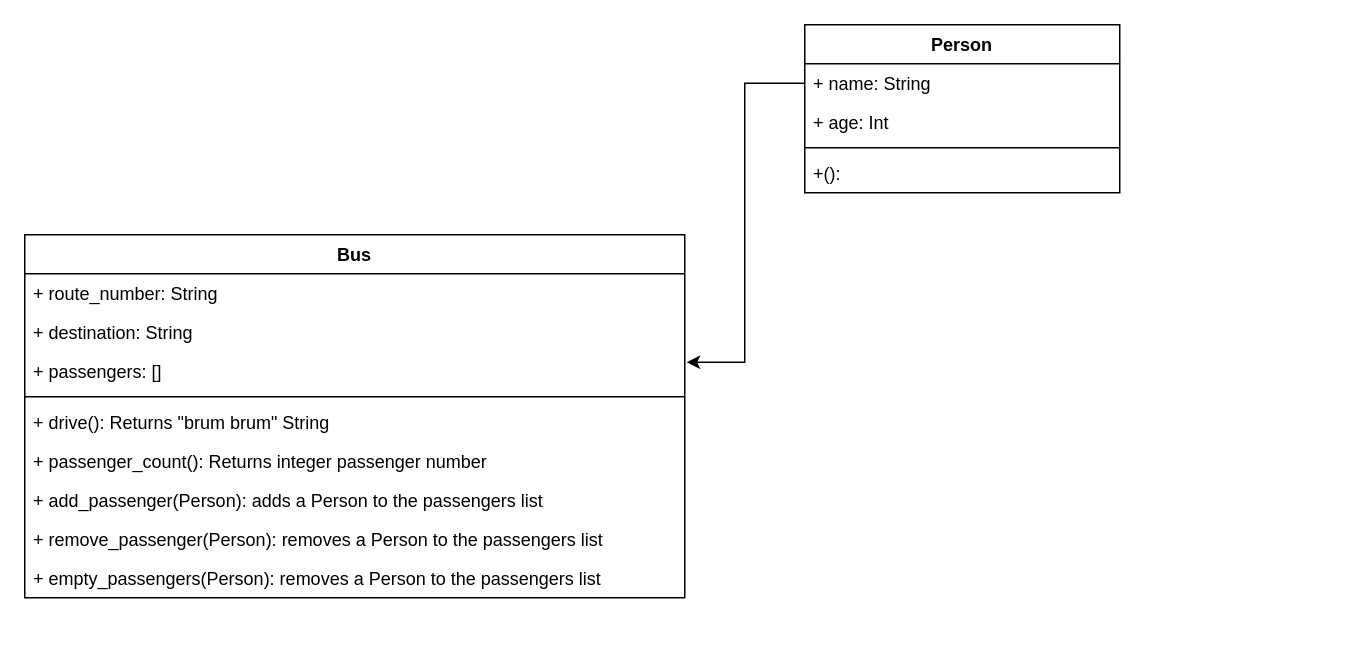
Earlier version of the draw.io diagram bus_lab_start_code/buses_multiple_classes_UML.drawio (randomlyalex-codeclan/multiple_classes_lab). Source tidied: cells renumbered, new cells numbered last; positions are measured from the earlier drawing's top-left corner, leaving out a move shared by most shapes. Both pictures are drawn from the tidied source at 150%, with x=0, y=0 at pixel (24, 24).
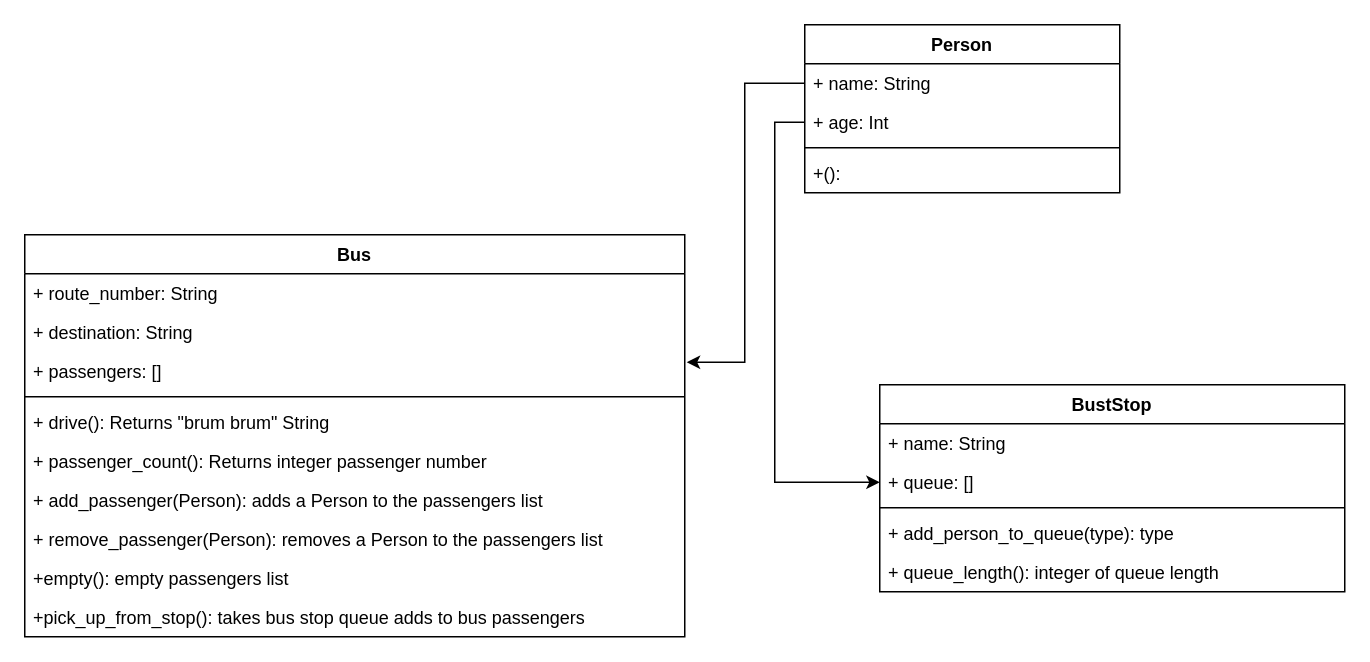
Above is the later version.

Commit message (it also covers changes not shown here):
bus stop completed

The change refers to these unchanged cells:
```xml
<mxCell id="14" value="+ age: Int" style="text;strokeColor=none;fillColor=none;align=left;verticalAlign=top;spacingLeft=4;spacingRight=4;overflow=hidden;points=[[0,0.5],[1,0.5]];portConstraint=eastwest;" parent="12" vertex="1">
  <mxGeometry y="52" width="210" height="26" as="geometry" />
</mxCell>
```

Change to the diagram source:
```diff
@@
     <mxCell id="2" value="Bus" style="swimlane;fontStyle=1;align=center;verticalAlign=top;horizontal=1;startSize=26;" parent="1" vertex="1">
-      <mxGeometry y="140" width="440" height="242" as="geometry" />
+      <mxGeometry y="140" width="440" height="268" as="geometry" />
     </mxCell>
@@
-    <mxCell id="11" value="+ empty_passengers(Person): removes a Person to the passengers list" style="text;strokeColor=none;fillColor=none;align=left;verticalAlign=top;spacingLeft=4;spacingRight=4;overflow=hidden;" parent="2" vertex="1">
+    <mxCell id="11" value="+empty(): empty passengers list" style="text;strokeColor=none;fillColor=none;align=left;verticalAlign=top;spacingLeft=4;spacingRight=4;overflow=hidden;" parent="2" vertex="1">
       <mxGeometry y="216" width="440" height="26" as="geometry" />
     </mxCell>
+    <mxCell id="18" value="+pick_up_from_stop(): takes bus stop queue adds to bus passengers" style="text;strokeColor=none;fillColor=none;align=left;verticalAlign=top;spacingLeft=4;spacingRight=4;overflow=hidden;" parent="2" vertex="1">
+      <mxGeometry y="242" width="440" height="26" as="geometry" />
+    </mxCell>
@@
+    <mxCell id="19" value="BustStop" style="swimlane;fontStyle=1;align=center;verticalAlign=top;horizontal=1;startSize=26;" parent="1" vertex="1">
+      <mxGeometry x="570" y="240" width="310" height="138" as="geometry" />
+    </mxCell>
+    <mxCell id="20" value="+ name: String" style="text;strokeColor=none;fillColor=none;align=left;verticalAlign=top;spacingLeft=4;spacingRight=4;overflow=hidden;" parent="19" vertex="1">
+      <mxGeometry y="26" width="310" height="26" as="geometry" />
+    </mxCell>
+    <mxCell id="21" value="+ queue: []" style="text;strokeColor=none;fillColor=none;align=left;verticalAlign=top;spacingLeft=4;spacingRight=4;overflow=hidden;points=[[0,0.5],[1,0.5]];portConstraint=eastwest;" parent="19" vertex="1">
+      <mxGeometry y="52" width="310" height="26" as="geometry" />
+    </mxCell>
+    <mxCell id="22" style="line;strokeWidth=1;fillColor=none;align=left;verticalAlign=middle;spacingTop=-1;spacingLeft=3;spacingRight=3;labelPosition=right;" parent="19" vertex="1">
+      <mxGeometry y="78" width="310" height="8" as="geometry" />
+    </mxCell>
+    <mxCell id="23" value="+ add_person_to_queue(type): type" style="text;strokeColor=none;fillColor=none;align=left;verticalAlign=top;spacingLeft=4;spacingRight=4;overflow=hidden;" parent="19" vertex="1">
+      <mxGeometry y="86" width="310" height="26" as="geometry" />
+    </mxCell>
+    <mxCell id="24" value="+ queue_length(): integer of queue length" style="text;strokeColor=none;fillColor=none;align=left;verticalAlign=top;spacingLeft=4;spacingRight=4;overflow=hidden;" parent="19" vertex="1">
+      <mxGeometry y="112" width="310" height="26" as="geometry" />
+    </mxCell>
+    <mxCell id="25" style="edgeStyle=orthogonalEdgeStyle;rounded=0;jettySize=auto;html=1;exitX=0;exitY=0.5;exitDx=0;exitDy=0;" parent="1" edge="1" source="14" target="21">
+      <mxGeometry relative="1" as="geometry" />
+    </mxCell>
```
